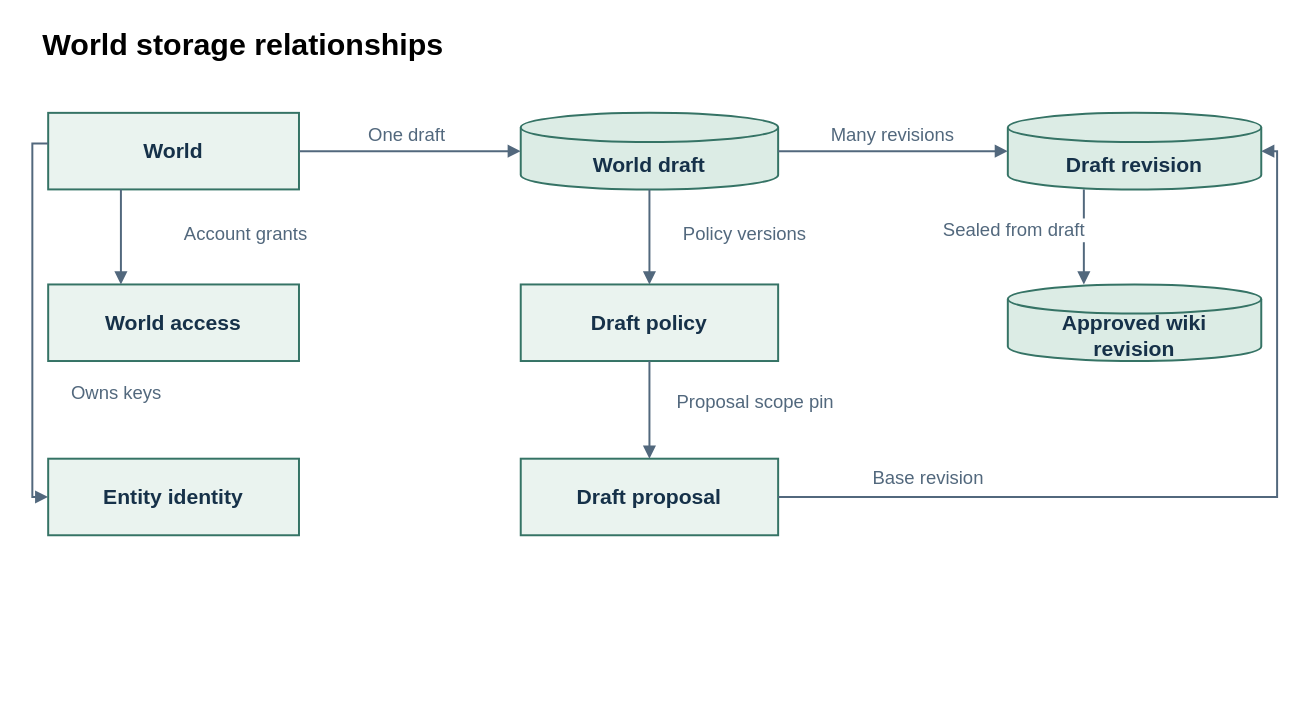
The draw.io diagram page "World storage relationships" (12 of 17) of docs/CGS_Codex_Local_Handoff/CGS_First_Playable_Architecture.drawio in DEVdaVinci/CGS-v1, before the edit. Source tidied: cells renumbered, new cells numbered last; positions are measured from the earlier drawing's top-left corner, leaving out a move shared by most shapes. Both pictures are drawn from the tidied source at 132%, with x=0, y=0 at pixel (32, 22).
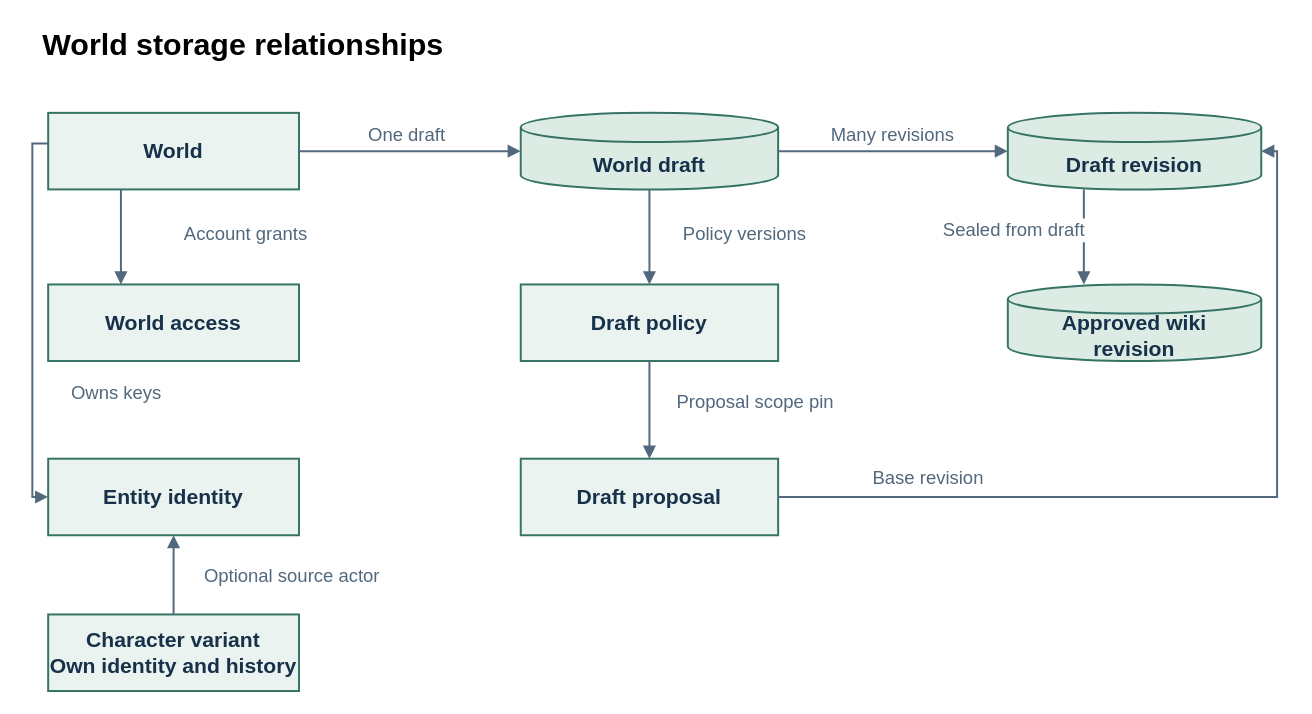
The same page after the edit.

The change refers to these unchanged cells:
```xml
<mxCell id="9" value="Entity identity" style="rounded=0;whiteSpace=wrap;align=center;verticalAlign=middle;fillColor=#EAF3EF;strokeColor=#357365;strokeWidth=1.5;fontColor=#163149;fontFamily=Helvetica;fontSize=16;fontStyle=1;" parent="1" vertex="1">
  <mxGeometry x="12" y="330" width="190" height="58" as="geometry" />
</mxCell>
```

What changed in the source:
```diff
@@
+    <mxCell id="19" value="Character variant&#10;Own identity and history" style="rounded=0;whiteSpace=wrap;align=center;verticalAlign=middle;fillColor=#EAF3EF;strokeColor=#357365;strokeWidth=1.5;fontColor=#163149;fontFamily=Helvetica;fontSize=16;fontStyle=1;" parent="1" vertex="1">
+      <mxGeometry x="12" y="448" width="190" height="58" as="geometry" />
+    </mxCell>
+    <mxCell id="20" value="Optional source actor" style="edgeStyle=segmentEdgeStyle;rounded=0;endArrow=block;endFill=1;strokeWidth=1.5;strokeColor=#52687D;exitX=0.5;exitY=0;entryX=0.5;entryY=1;fontFamily=Helvetica;fontSize=14;fontColor=#52687D;labelBackgroundColor=#FFFFFF;" parent="1" edge="1" source="19" target="9">
+      <mxGeometry relative="1" as="geometry">
+        <mxPoint x="90" as="offset" />
+      </mxGeometry>
+    </mxCell>
```
